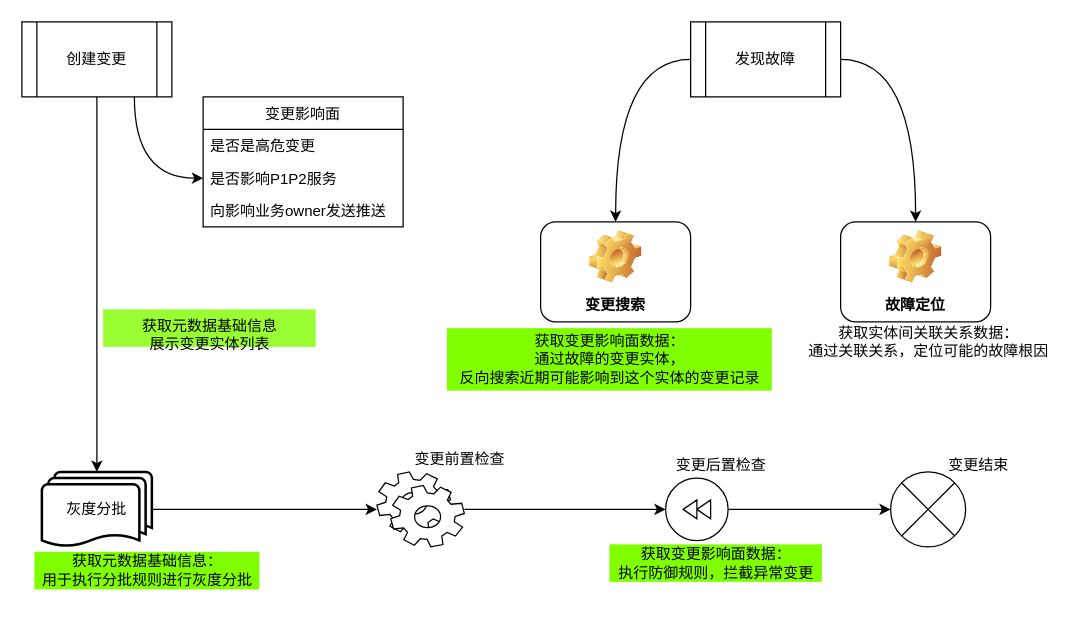
Before: rmc业务.drawio in frankneu/draw.io, a draw.io diagram. Source tidied: cells renumbered, new cells numbered last; positions are measured from the earlier drawing's top-left corner, leaving out a move shared by most shapes. Both pictures are drawn from the tidied source at 125%, with x=0, y=0 at pixel (21, 21).
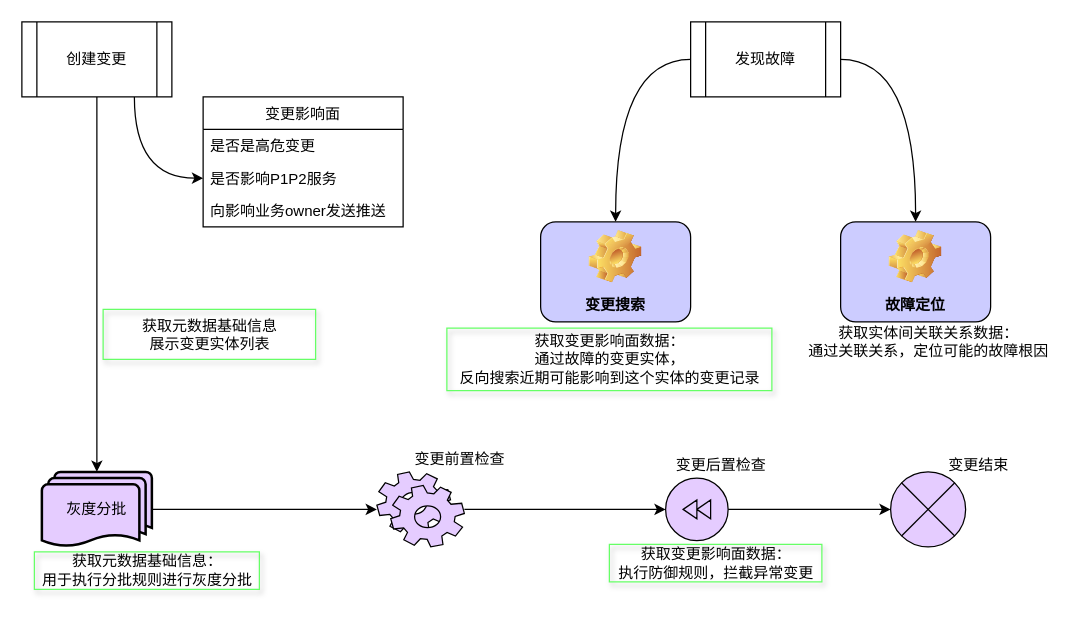
After the change.

Diff of the diagram source:
```diff
@@
+    <mxCell id="18" value="获取元数据基础信息&lt;br&gt;展示变更实体列表&lt;div style=&quot;text-align: left&quot;&gt;&lt;/div&gt;" style="text;html=1;align=center;fillColor=none;shadow=1;strokeColor=#66FF66;" parent="1" vertex="1">
+      <mxGeometry x="65" y="230" width="170" height="40" as="geometry" />
+    </mxCell>
+    <mxCell id="19" value="获取元数据基础信息：&lt;br&gt;用于执行分批规则进行灰度分批" style="text;html=1;align=center;verticalAlign=middle;fillColor=none;strokeColor=#66FF66;shadow=1;" parent="1" vertex="1">
+      <mxGeometry x="10" y="424" width="180" height="30" as="geometry" />
+    </mxCell>
+    <mxCell id="20" value="获取变更影响面数据：&lt;br&gt;执行防御规则，拦截异常变更" style="text;html=1;align=center;verticalAlign=middle;fillColor=none;strokeColor=#66FF66;shadow=1;" parent="1" vertex="1">
+      <mxGeometry x="470" y="418" width="170" height="30" as="geometry" />
+    </mxCell>
+    <mxCell id="21" value="获取变更影响面数据：&lt;br&gt;通过故障的变更实体，&lt;br&gt;反向搜索近期可能影响到这个实体的变更记录" style="text;html=1;align=center;verticalAlign=middle;fillColor=none;strokeColor=#66FF66;shadow=1;" parent="1" vertex="1">
+      <mxGeometry x="340" y="245" width="260" height="50" as="geometry" />
+    </mxCell>
@@
-    <mxCell id="5" style="rounded=0;jettySize=auto;html=1;exitX=1;exitY=0.5;exitDx=0;exitDy=0;exitPerimeter=0;" parent="1" edge="1" source="6" target="7">
+    <mxCell id="5" style="rounded=0;jettySize=auto;html=1;exitX=1;exitY=0.5;exitDx=0;exitDy=0;exitPerimeter=0;fillColor=#E5CCFF;" parent="1" edge="1" source="6" target="7">
       <mxGeometry relative="1" as="geometry" />
     </mxCell>
-    <mxCell id="6" value="灰度分批" style="strokeWidth=2;html=1;shape=mxgraph.flowchart.multi-document;whiteSpace=wrap;" parent="1" vertex="1">
+    <mxCell id="6" value="灰度分批" style="strokeWidth=2;html=1;shape=mxgraph.flowchart.multi-document;whiteSpace=wrap;fillColor=#E5CCFF;" parent="1" vertex="1">
       <mxGeometry x="16" y="360" width="88" height="60" as="geometry" />
     </mxCell>
-    <mxCell id="7" style="shape=mxgraph.bpmn.service_task;html=1;outlineConnect=0;" parent="1" vertex="1">
+    <mxCell id="7" style="shape=mxgraph.bpmn.service_task;html=1;outlineConnect=0;fillColor=#E5CCFF;" parent="1" vertex="1">
       <mxGeometry x="284" y="360" width="70" height="60" as="geometry" />
     </mxCell>
-    <mxCell id="8" style="edgeStyle=none;rounded=0;jettySize=auto;html=1;entryX=0;entryY=0.5;entryDx=0;entryDy=0;" parent="1" edge="1" source="7" target="10">
+    <mxCell id="8" style="edgeStyle=none;rounded=0;jettySize=auto;html=1;entryX=0;entryY=0.5;entryDx=0;entryDy=0;fillColor=#E5CCFF;" parent="1" edge="1" source="7" target="10">
       <mxGeometry relative="1" as="geometry" />
     </mxCell>
-    <mxCell id="9" style="edgeStyle=orthogonalEdgeStyle;curved=1;rounded=0;jettySize=auto;html=1;exitX=1;exitY=0.5;exitDx=0;exitDy=0;entryX=0;entryY=0.5;entryDx=0;entryDy=0;" parent="1" edge="1" source="10" target="23">
+    <mxCell id="9" style="edgeStyle=orthogonalEdgeStyle;curved=1;rounded=0;jettySize=auto;html=1;exitX=1;exitY=0.5;exitDx=0;exitDy=0;entryX=0;entryY=0.5;entryDx=0;entryDy=0;fillColor=#E5CCFF;" parent="1" edge="1" source="10" target="23">
       <mxGeometry relative="1" as="geometry" />
     </mxCell>
-    <mxCell id="10" style="shape=mxgraph.bpmn.shape;html=1;verticalLabelPosition=bottom;labelBackgroundColor=#ffffff;verticalAlign=top;align=center;perimeter=ellipsePerimeter;outlineConnect=0;outline=eventInt;symbol=compensation;" parent="1" vertex="1">
+    <mxCell id="10" style="shape=mxgraph.bpmn.shape;html=1;verticalLabelPosition=bottom;labelBackgroundColor=#ffffff;verticalAlign=top;align=center;perimeter=ellipsePerimeter;outlineConnect=0;outline=eventInt;symbol=compensation;fillColor=#E5CCFF;" parent="1" vertex="1">
       <mxGeometry x="515" y="365" width="50" height="50" as="geometry" />
     </mxCell>
@@
-    <mxCell id="14" value="变更搜索" style="label;whiteSpace=wrap;html=1;align=center;verticalAlign=bottom;spacingLeft=0;spacingBottom=4;imageAlign=center;imageVerticalAlign=top;image=img/clipart/Gear_128x128.png;" parent="1" vertex="1">
+    <mxCell id="14" value="变更搜索" style="label;whiteSpace=wrap;html=1;align=center;verticalAlign=bottom;spacingLeft=0;spacingBottom=4;imageAlign=center;imageVerticalAlign=top;image=img/clipart/Gear_128x128.png;fillColor=#CCCCFF;" parent="1" vertex="1">
       <mxGeometry x="415" y="160" width="120" height="80" as="geometry" />
     </mxCell>
-    <mxCell id="15" value="故障定位" style="label;whiteSpace=wrap;html=1;align=center;verticalAlign=bottom;spacingLeft=0;spacingBottom=4;imageAlign=center;imageVerticalAlign=top;image=img/clipart/Gear_128x128.png;" parent="1" vertex="1">
+    <mxCell id="15" value="故障定位" style="label;whiteSpace=wrap;html=1;align=center;verticalAlign=bottom;spacingLeft=0;spacingBottom=4;imageAlign=center;imageVerticalAlign=top;image=img/clipart/Gear_128x128.png;fillColor=#CCCCFF;" parent="1" vertex="1">
       <mxGeometry x="655" y="160" width="120" height="80" as="geometry" />
     </mxCell>
@@
-    <mxCell id="18" value="获取元数据基础信息&lt;br&gt;展示变更实体列表&lt;div style=&quot;text-align: left&quot;&gt;&lt;/div&gt;" style="text;html=1;align=center;fillColor=#99FF33;" parent="1" vertex="1">
-      <mxGeometry x="65" y="230" width="170" height="30" as="geometry" />
-    </mxCell>
-    <mxCell id="19" value="获取元数据基础信息：&lt;br&gt;用于执行分批规则进行灰度分批" style="text;html=1;align=center;verticalAlign=middle;fillColor=#80FF00;" parent="1" vertex="1">
-      <mxGeometry x="10" y="424" width="180" height="30" as="geometry" />
-    </mxCell>
-    <mxCell id="20" value="获取变更影响面数据：&lt;br&gt;执行防御规则，拦截异常变更" style="text;html=1;align=center;verticalAlign=middle;fillColor=#80FF00;" parent="1" vertex="1">
-      <mxGeometry x="470" y="418" width="170" height="30" as="geometry" />
-    </mxCell>
-    <mxCell id="21" value="获取变更影响面数据：&lt;br&gt;通过故障的变更实体，&lt;br&gt;反向搜索近期可能影响到这个实体的变更记录" style="text;html=1;align=center;verticalAlign=middle;fillColor=#80FF00;" parent="1" vertex="1">
-      <mxGeometry x="340" y="245" width="260" height="50" as="geometry" />
-    </mxCell>
@@
-    <mxCell id="23" style="shape=sumEllipse;perimeter=ellipsePerimeter;whiteSpace=wrap;html=1;backgroundOutline=1;fillColor=none;" parent="1" vertex="1">
+    <mxCell id="23" style="shape=sumEllipse;perimeter=ellipsePerimeter;whiteSpace=wrap;html=1;backgroundOutline=1;fillColor=#E5CCFF;" parent="1" vertex="1">
       <mxGeometry x="695" y="360" width="60" height="60" as="geometry" />
     </mxCell>
```
